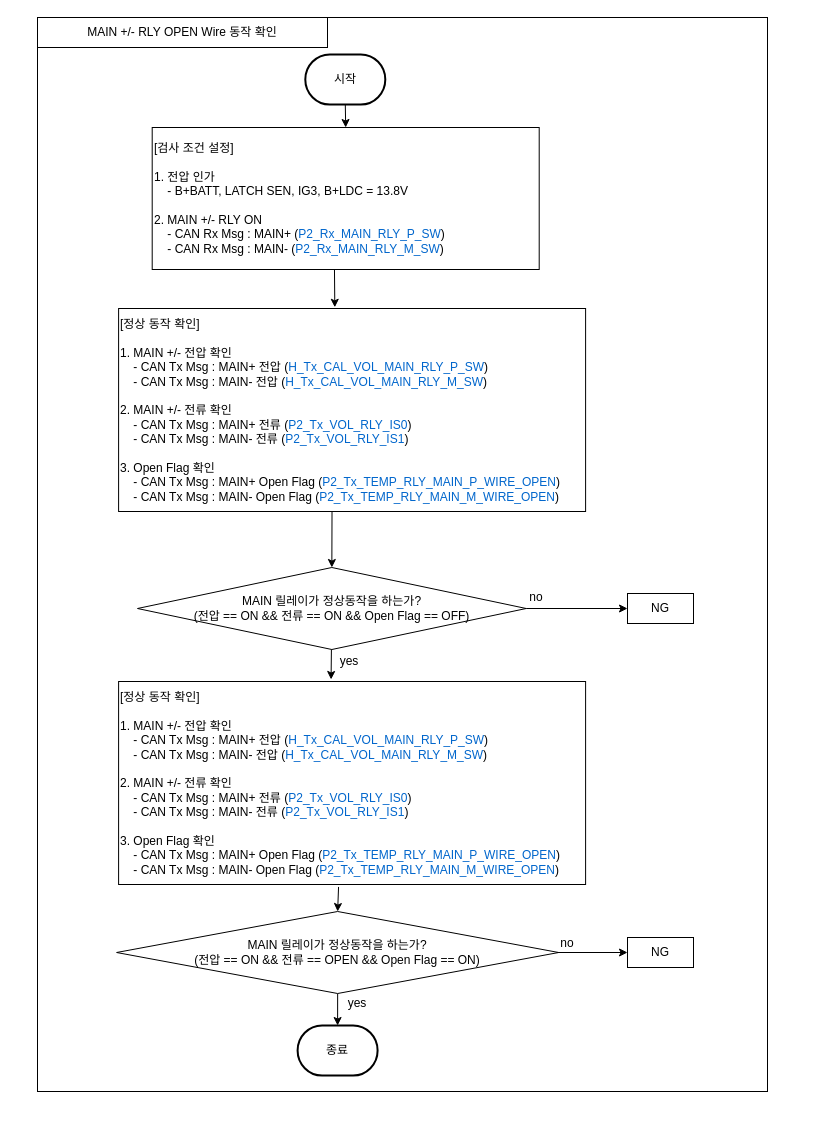
Above: MAIN +/- RLY OPEN Wire 동작 확인.drawio in chaeyoonl/state-transition-diagram-test (draw.io), before the change. Source tidied: cells renumbered, new cells numbered last; positions are measured from the earlier drawing's top-left corner, leaving out a move shared by most shapes. Both pictures are drawn from the tidied source at 100%, with x=0, y=0 at pixel (37, 17).
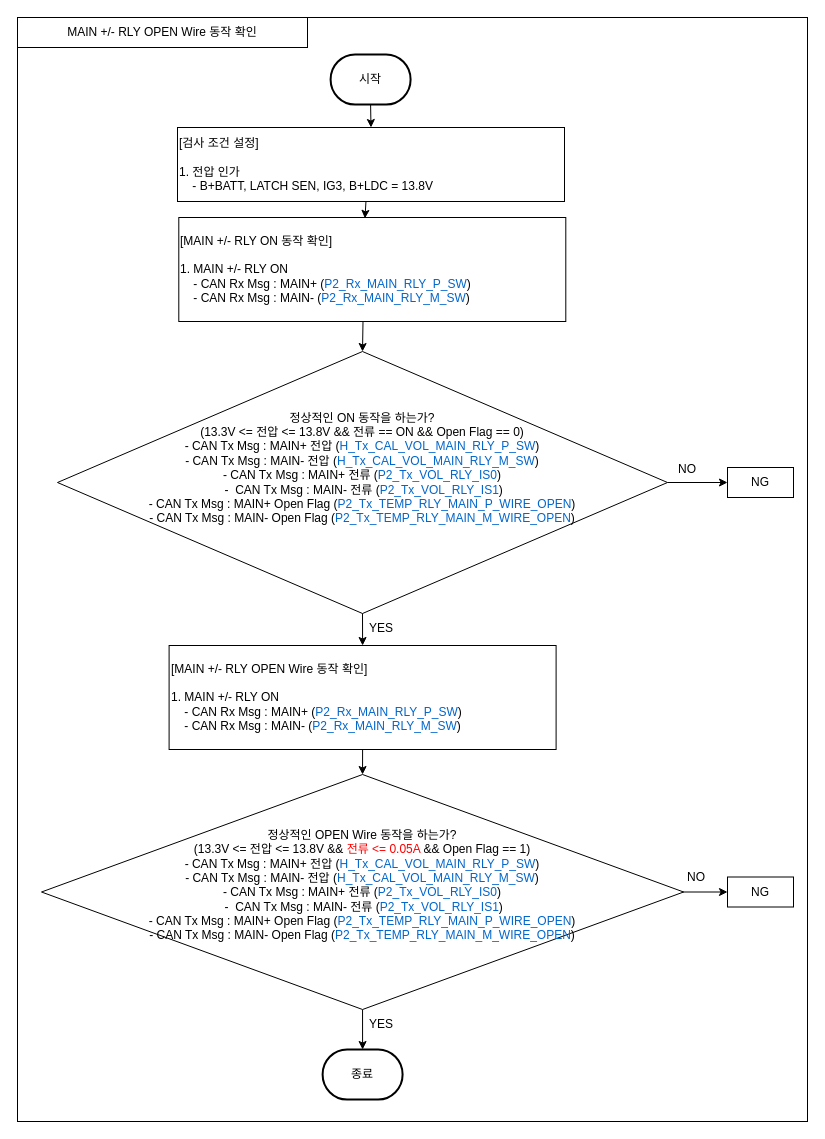
The same diagram, later.

Commit message:
- RLY OPEN Wire 동작 확인.drawio 업데이트

The edit, as a diff of the source:
```diff
@@
     <mxCell id="2" style="rounded=0;whiteSpace=wrap;html=1;" parent="1" vertex="1">
-      <mxGeometry width="730" height="1074" as="geometry" />
+      <mxGeometry x="-20" width="790" height="1104" as="geometry" />
     </mxCell>
     <mxCell id="3" value="시작" style="strokeWidth=2;html=1;shape=mxgraph.flowchart.terminator;whiteSpace=wrap;" parent="1" vertex="1">
-      <mxGeometry x="267.8" y="37" width="80" height="50" as="geometry" />
+      <mxGeometry x="293.1" y="37" width="80" height="50" as="geometry" />
     </mxCell>
@@
     <mxCell id="5" value="&lt;div&gt;MAIN +/- RLY&amp;nbsp;&lt;span style=&quot;background-color: initial;&quot;&gt;OPEN Wire 동작 확인&lt;/span&gt;&lt;/div&gt;" style="rounded=0;whiteSpace=wrap;html=1;" parent="1" vertex="1">
-      <mxGeometry width="290" height="30" as="geometry" />
+      <mxGeometry x="-20" width="290" height="30" as="geometry" />
     </mxCell>
     <mxCell id="6" value="종료" style="strokeWidth=2;html=1;shape=mxgraph.flowchart.terminator;whiteSpace=wrap;" parent="1" vertex="1">
-      <mxGeometry x="260.1" y="1008" width="80" height="50" as="geometry" />
+      <mxGeometry x="285.1" y="1032" width="80" height="50" as="geometry" />
     </mxCell>
-    <mxCell id="7" value="[검사 조건 설정]&lt;br&gt;&lt;br&gt;1. 전압 인가&lt;br&gt;&amp;nbsp; &amp;nbsp; - B+BATT, LATCH SEN, IG3, B+LDC = 13.8V&lt;br&gt;&lt;br&gt;2. MAIN +/- RLY ON&lt;br style=&quot;border-color: var(--border-color);&quot;&gt;&amp;nbsp; &amp;nbsp; - CAN Rx Msg :&amp;nbsp;MAIN+&amp;nbsp;(&lt;font style=&quot;border-color: var(--border-color);&quot; color=&quot;#0066cc&quot;&gt;P2_Rx_MAIN_RLY_P_SW&lt;/font&gt;)&lt;br style=&quot;border-color: var(--border-color);&quot;&gt;&amp;nbsp; &amp;nbsp; - CAN Rx Msg :&amp;nbsp;MAIN-&amp;nbsp;(&lt;font style=&quot;border-color: var(--border-color);&quot; color=&quot;#0066cc&quot;&gt;P2_Rx_MAIN_RLY_M_SW&lt;/font&gt;)" style="rounded=0;whiteSpace=wrap;html=1;align=left;" parent="1" vertex="1">
-      <mxGeometry x="114.7" y="110" width="387" height="142" as="geometry" />
+    <mxCell id="7" value="[검사 조건 설정]&lt;br&gt;&lt;br&gt;1. 전압 인가&lt;br&gt;&amp;nbsp; &amp;nbsp; - B+BATT, LATCH SEN, IG3, B+LDC = 13.8V" style="rounded=0;whiteSpace=wrap;html=1;align=left;" parent="1" vertex="1">
+      <mxGeometry x="140" y="110" width="387" height="74" as="geometry" />
     </mxCell>
@@
-    <mxCell id="9" value="yes" style="text;html=1;strokeColor=none;fillColor=none;align=center;verticalAlign=middle;whiteSpace=wrap;rounded=0;" parent="1" vertex="1">
-      <mxGeometry x="290" y="971" width="60" height="30" as="geometry" />
+    <mxCell id="9" value="YES" style="text;html=1;strokeColor=none;fillColor=none;align=center;verticalAlign=middle;whiteSpace=wrap;rounded=0;" parent="1" vertex="1">
+      <mxGeometry x="314" y="992" width="60" height="30" as="geometry" />
     </mxCell>
-    <mxCell id="10" style="endArrow=classic;html=1;rounded=0;exitX=0.457;exitY=1;exitDx=0;exitDy=0;entryX=0.5;entryY=0;entryDx=0;entryDy=0;exitPerimeter=0;" parent="1" edge="1" source="20" target="11">
-      <mxGeometry relative="1" as="geometry" />
-    </mxCell>
-    <mxCell id="11" value="MAIN 릴레이가 정상동작을 하는가?&lt;br&gt;(전압 == ON &amp;amp;&amp;amp;&amp;nbsp;전류 == ON &amp;amp;&amp;amp;&amp;nbsp;Open Flag == OFF)" style="rhombus;whiteSpace=wrap;html=1;" parent="1" vertex="1">
-      <mxGeometry x="100" y="550" width="388.7" height="82" as="geometry" />
+    <mxCell id="11" value="정상적인 ON 동작을 하는가?&lt;br&gt;(13.3V &amp;lt;= 전압 &amp;lt;= 13.8V &amp;amp;&amp;amp;&amp;nbsp;전류 == ON &amp;amp;&amp;amp;&amp;nbsp;Open Flag == 0)&lt;br style=&quot;border-color: var(--border-color); text-align: left;&quot;&gt;&lt;span style=&quot;text-align: left;&quot;&gt;- CAN Tx Msg : MAIN+ 전압&amp;nbsp;(&lt;/span&gt;&lt;font style=&quot;border-color: var(--border-color); text-align: left;&quot; color=&quot;#0066cc&quot;&gt;H_Tx_CAL_VOL_MAIN_RLY_P_SW&lt;/font&gt;&lt;span style=&quot;text-align: left;&quot;&gt;)&lt;br&gt;&lt;/span&gt;&lt;span style=&quot;text-align: left;&quot;&gt;- CAN Tx Msg :&amp;nbsp;MAIN- 전압&amp;nbsp;(&lt;/span&gt;&lt;font style=&quot;border-color: var(--border-color); text-align: left;&quot; color=&quot;#0066cc&quot;&gt;H_Tx_CAL_VOL_MAIN_RLY_M_SW&lt;/font&gt;&lt;span style=&quot;text-align: left;&quot;&gt;)&lt;/span&gt;&lt;br style=&quot;border-color: var(--border-color); text-align: left;&quot;&gt;&lt;span style=&quot;text-align: left;&quot;&gt;- CAN Tx Msg :&amp;nbsp;MAIN+ 전류&amp;nbsp;(&lt;/span&gt;&lt;font style=&quot;border-color: var(--border-color); text-align: left;&quot; color=&quot;#0066cc&quot;&gt;P2_Tx_VOL_RLY_IS0&lt;/font&gt;&lt;span style=&quot;text-align: left;&quot;&gt;)&lt;/span&gt;&lt;br style=&quot;border-color: var(--border-color); text-align: left;&quot;&gt;&lt;span style=&quot;text-align: left;&quot;&gt;&amp;nbsp;-&amp;nbsp; CAN Tx Msg :&amp;nbsp;MAIN- 전류&amp;nbsp;(&lt;/span&gt;&lt;font style=&quot;border-color: var(--border-color); text-align: left;&quot; color=&quot;#0066cc&quot;&gt;P2_Tx_VOL_RLY_IS1&lt;/font&gt;&lt;span style=&quot;text-align: left;&quot;&gt;)&lt;/span&gt;&lt;br style=&quot;border-color: var(--border-color); text-align: left;&quot;&gt;&lt;span style=&quot;text-align: left;&quot;&gt;- CAN Tx Msg :&amp;nbsp;MAIN+ Open Flag&amp;nbsp;(&lt;/span&gt;&lt;font style=&quot;border-color: var(--border-color); text-align: left;&quot; color=&quot;#0066cc&quot;&gt;P2_Tx_TEMP_RLY_MAIN_P_WIRE_OPEN&lt;/font&gt;&lt;span style=&quot;text-align: left;&quot;&gt;)&lt;/span&gt;&lt;br style=&quot;border-color: var(--border-color); text-align: left;&quot;&gt;&lt;span style=&quot;text-align: left;&quot;&gt;- CAN Tx Msg :&amp;nbsp;MAIN- Open Flag&amp;nbsp;(&lt;/span&gt;&lt;font style=&quot;border-color: var(--border-color); text-align: left;&quot; color=&quot;#0066cc&quot;&gt;P2_Tx_TEMP_RLY_MAIN_M_WIRE_OPEN&lt;/font&gt;&lt;span style=&quot;text-align: left;&quot;&gt;)&lt;br&gt;&lt;br&gt;&lt;br&gt;&lt;/span&gt;" style="rhombus;whiteSpace=wrap;html=1;" parent="1" vertex="1">
+      <mxGeometry x="20" y="334" width="610" height="262" as="geometry" />
     </mxCell>
-    <mxCell id="12" style="endArrow=classic;html=1;rounded=0;entryX=0.455;entryY=-0.01;entryDx=0;entryDy=0;entryPerimeter=0;" parent="1" edge="1" source="11" target="24">
+    <mxCell id="12" style="endArrow=classic;html=1;rounded=0;entryX=0.5;entryY=0;entryDx=0;entryDy=0;exitX=0.5;exitY=1;exitDx=0;exitDy=0;" parent="1" edge="1" source="28" target="22">
       <mxGeometry relative="1" as="geometry" />
     </mxCell>
-    <mxCell id="13" value="yes" style="text;html=1;strokeColor=none;fillColor=none;align=center;verticalAlign=middle;whiteSpace=wrap;rounded=0;" parent="1" vertex="1">
-      <mxGeometry x="282.1" y="629" width="60" height="30" as="geometry" />
+    <mxCell id="13" value="YES" style="text;html=1;strokeColor=none;fillColor=none;align=center;verticalAlign=middle;whiteSpace=wrap;rounded=0;" parent="1" vertex="1">
+      <mxGeometry x="314" y="596" width="60" height="30" as="geometry" />
     </mxCell>
     <mxCell id="14" value="NG" style="rounded=0;whiteSpace=wrap;html=1;align=center;" parent="1" vertex="1">
-      <mxGeometry x="590" y="576" width="66" height="30" as="geometry" />
+      <mxGeometry x="690" y="450" width="66" height="30" as="geometry" />
     </mxCell>
@@
-    <mxCell id="16" value="no" style="text;html=1;strokeColor=none;fillColor=none;align=center;verticalAlign=middle;whiteSpace=wrap;rounded=0;" parent="1" vertex="1">
-      <mxGeometry x="469" y="565" width="60" height="30" as="geometry" />
+    <mxCell id="16" value="NO" style="text;html=1;strokeColor=none;fillColor=none;align=center;verticalAlign=middle;whiteSpace=wrap;rounded=0;" parent="1" vertex="1">
+      <mxGeometry x="620" y="437" width="60" height="30" as="geometry" />
     </mxCell>
     <mxCell id="17" value="NG" style="rounded=0;whiteSpace=wrap;html=1;align=center;" parent="1" vertex="1">
-      <mxGeometry x="590" y="920" width="66" height="30" as="geometry" />
+      <mxGeometry x="690" y="859.5" width="66" height="30" as="geometry" />
     </mxCell>
@@
-    <mxCell id="19" value="no" style="text;html=1;strokeColor=none;fillColor=none;align=center;verticalAlign=middle;whiteSpace=wrap;rounded=0;" parent="1" vertex="1">
-      <mxGeometry x="500" y="911" width="60" height="30" as="geometry" />
+    <mxCell id="19" value="NO" style="text;html=1;strokeColor=none;fillColor=none;align=center;verticalAlign=middle;whiteSpace=wrap;rounded=0;" parent="1" vertex="1">
+      <mxGeometry x="629" y="845" width="60" height="30" as="geometry" />
     </mxCell>
-    <mxCell id="20" value="[정상 동작 확인]&lt;br&gt;&lt;br&gt;1. MAIN +/- 전압 확인&lt;br&gt;&amp;nbsp; &amp;nbsp; - CAN Tx Msg : MAIN+ 전압&amp;nbsp;(&lt;font style=&quot;border-color: var(--border-color);&quot; color=&quot;#0066cc&quot;&gt;H_Tx_CAL_VOL_MAIN_RLY_P_SW&lt;/font&gt;)&lt;br style=&quot;border-color: var(--border-color);&quot;&gt;&amp;nbsp; &amp;nbsp; - CAN Tx Msg :&amp;nbsp;MAIN- 전압&amp;nbsp;(&lt;font style=&quot;border-color: var(--border-color);&quot; color=&quot;#0066cc&quot;&gt;H_Tx_CAL_VOL_MAIN_RLY_M_SW&lt;/font&gt;)&lt;br style=&quot;border-color: var(--border-color);&quot;&gt;&lt;br&gt;2. MAIN +/-&amp;nbsp;전류 확인 &lt;br&gt;&amp;nbsp; &amp;nbsp; - CAN Tx Msg :&amp;nbsp;MAIN+ 전류&amp;nbsp;(&lt;font style=&quot;border-color: var(--border-color);&quot; color=&quot;#0066cc&quot;&gt;P2_Tx_VOL_RLY_IS0&lt;/font&gt;)&lt;br style=&quot;border-color: var(--border-color);&quot;&gt;&amp;nbsp; &amp;nbsp; - CAN Tx Msg :&amp;nbsp;MAIN- 전류&amp;nbsp;(&lt;font style=&quot;border-color: var(--border-color);&quot; color=&quot;#0066cc&quot;&gt;P2_Tx_VOL_RLY_IS1&lt;/font&gt;)&lt;br style=&quot;border-color: var(--border-color);&quot;&gt;&lt;br&gt;3. Open Flag 확인&lt;br&gt;&amp;nbsp; &amp;nbsp; - CAN Tx Msg :&amp;nbsp;MAIN+ Open Flag&amp;nbsp;(&lt;font style=&quot;border-color: var(--border-color);&quot; color=&quot;#0066cc&quot;&gt;P2_Tx_TEMP_RLY_MAIN_P_WIRE_OPEN&lt;/font&gt;)&lt;br style=&quot;border-color: var(--border-color);&quot;&gt;&amp;nbsp; &amp;nbsp; - CAN Tx Msg :&amp;nbsp;MAIN- Open Flag&amp;nbsp;(&lt;font style=&quot;border-color: var(--border-color);&quot; color=&quot;#0066cc&quot;&gt;P2_Tx_TEMP_RLY_MAIN_M_WIRE_OPEN&lt;/font&gt;)" style="rounded=0;whiteSpace=wrap;html=1;align=left;" parent="1" vertex="1">
-      <mxGeometry x="81.1" y="291" width="467" height="203" as="geometry" />
-    </mxCell>
-    <mxCell id="21" style="endArrow=classic;html=1;rounded=0;exitX=0.471;exitY=1.002;exitDx=0;exitDy=0;exitPerimeter=0;entryX=0.463;entryY=-0.006;entryDx=0;entryDy=0;entryPerimeter=0;" parent="1" edge="1" source="7" target="20">
+    <mxCell id="21" style="endArrow=classic;html=1;rounded=0;exitX=0.476;exitY=0.999;exitDx=0;exitDy=0;exitPerimeter=0;entryX=0.5;entryY=0;entryDx=0;entryDy=0;" parent="1" edge="1" source="26" target="11">
       <mxGeometry relative="1" as="geometry" />
     </mxCell>
-    <mxCell id="22" value="MAIN 릴레이가 정상동작을 하는가?&lt;br style=&quot;border-color: var(--border-color);&quot;&gt;(전압 == ON &amp;amp;&amp;amp;&amp;nbsp;전류 == OPEN &amp;amp;&amp;amp;&amp;nbsp;Open Flag == ON)" style="rhombus;whiteSpace=wrap;html=1;" parent="1" vertex="1">
-      <mxGeometry x="79.1" y="894" width="442.1" height="82" as="geometry" />
+    <mxCell id="22" value="정상적인 OPEN Wire 동작을 하는가?&lt;br style=&quot;border-color: var(--border-color);&quot;&gt;(13.3V &amp;lt;= 전압 &amp;lt;= 13.8V&amp;nbsp;&amp;amp;&amp;amp; &lt;font color=&quot;#ff0000&quot;&gt;전류 &amp;lt;= 0.05A &lt;/font&gt;&amp;amp;&amp;amp;&amp;nbsp;Open Flag == 1)&lt;br&gt;- CAN Tx Msg : MAIN+ 전압&amp;nbsp;(&lt;font style=&quot;border-color: var(--border-color); text-align: left;&quot; color=&quot;#0066cc&quot;&gt;H_Tx_CAL_VOL_MAIN_RLY_P_SW&lt;/font&gt;&lt;span style=&quot;border-color: var(--border-color); text-align: left;&quot;&gt;)&lt;br style=&quot;border-color: var(--border-color);&quot;&gt;&lt;/span&gt;&lt;span style=&quot;border-color: var(--border-color); text-align: left;&quot;&gt;- CAN Tx Msg :&amp;nbsp;MAIN- 전압&amp;nbsp;(&lt;/span&gt;&lt;font style=&quot;border-color: var(--border-color); text-align: left;&quot; color=&quot;#0066cc&quot;&gt;H_Tx_CAL_VOL_MAIN_RLY_M_SW&lt;/font&gt;&lt;span style=&quot;border-color: var(--border-color); text-align: left;&quot;&gt;)&lt;/span&gt;&lt;br style=&quot;border-color: var(--border-color); text-align: left;&quot;&gt;&lt;span style=&quot;border-color: var(--border-color); text-align: left;&quot;&gt;- CAN Tx Msg :&amp;nbsp;MAIN+ 전류&amp;nbsp;(&lt;/span&gt;&lt;font style=&quot;border-color: var(--border-color); text-align: left;&quot; color=&quot;#0066cc&quot;&gt;P2_Tx_VOL_RLY_IS0&lt;/font&gt;&lt;span style=&quot;border-color: var(--border-color); text-align: left;&quot;&gt;)&lt;/span&gt;&lt;br style=&quot;border-color: var(--border-color); text-align: left;&quot;&gt;&lt;span style=&quot;border-color: var(--border-color); text-align: left;&quot;&gt;&amp;nbsp;-&amp;nbsp; CAN Tx Msg :&amp;nbsp;MAIN- 전류&amp;nbsp;(&lt;/span&gt;&lt;font style=&quot;border-color: var(--border-color); text-align: left;&quot; color=&quot;#0066cc&quot;&gt;P2_Tx_VOL_RLY_IS1&lt;/font&gt;&lt;span style=&quot;border-color: var(--border-color); text-align: left;&quot;&gt;)&lt;/span&gt;&lt;br style=&quot;border-color: var(--border-color); text-align: left;&quot;&gt;&lt;span style=&quot;border-color: var(--border-color); text-align: left;&quot;&gt;- CAN Tx Msg :&amp;nbsp;MAIN+ Open Flag&amp;nbsp;(&lt;/span&gt;&lt;font style=&quot;border-color: var(--border-color); text-align: left;&quot; color=&quot;#0066cc&quot;&gt;P2_Tx_TEMP_RLY_MAIN_P_WIRE_OPEN&lt;/font&gt;&lt;span style=&quot;border-color: var(--border-color); text-align: left;&quot;&gt;)&lt;/span&gt;&lt;br style=&quot;border-color: var(--border-color); text-align: left;&quot;&gt;&lt;span style=&quot;border-color: var(--border-color); text-align: left;&quot;&gt;- CAN Tx Msg :&amp;nbsp;MAIN- Open Flag&amp;nbsp;(&lt;/span&gt;&lt;font style=&quot;border-color: var(--border-color); text-align: left;&quot; color=&quot;#0066cc&quot;&gt;P2_Tx_TEMP_RLY_MAIN_M_WIRE_OPEN&lt;/font&gt;&lt;span style=&quot;border-color: var(--border-color); text-align: left;&quot;&gt;)&lt;br style=&quot;border-color: var(--border-color);&quot;&gt;&lt;br style=&quot;border-color: var(--border-color);&quot;&gt;&lt;/span&gt;" style="rhombus;whiteSpace=wrap;html=1;" parent="1" vertex="1">
+      <mxGeometry x="4" y="757" width="642.1" height="235" as="geometry" />
     </mxCell>
-    <mxCell id="23" style="endArrow=classic;html=1;rounded=0;exitX=0.471;exitY=1.012;exitDx=0;exitDy=0;exitPerimeter=0;entryX=0.5;entryY=0;entryDx=0;entryDy=0;" parent="1" edge="1" source="24" target="22">
-      <mxGeometry relative="1" as="geometry" />
-    </mxCell>
-    <mxCell id="24" value="[정상 동작 확인]&lt;br&gt;&lt;br&gt;1. MAIN +/- 전압 확인&lt;br&gt;&amp;nbsp; &amp;nbsp; - CAN Tx Msg : MAIN+ 전압&amp;nbsp;(&lt;font style=&quot;border-color: var(--border-color);&quot; color=&quot;#0066cc&quot;&gt;H_Tx_CAL_VOL_MAIN_RLY_P_SW&lt;/font&gt;)&lt;br style=&quot;border-color: var(--border-color);&quot;&gt;&amp;nbsp; &amp;nbsp; - CAN Tx Msg :&amp;nbsp;MAIN- 전압&amp;nbsp;(&lt;font style=&quot;border-color: var(--border-color);&quot; color=&quot;#0066cc&quot;&gt;H_Tx_CAL_VOL_MAIN_RLY_M_SW&lt;/font&gt;)&lt;br style=&quot;border-color: var(--border-color);&quot;&gt;&lt;br&gt;2. MAIN +/-&amp;nbsp;전류 확인 &lt;br&gt;&amp;nbsp; &amp;nbsp; - CAN Tx Msg :&amp;nbsp;MAIN+ 전류&amp;nbsp;(&lt;font style=&quot;border-color: var(--border-color);&quot; color=&quot;#0066cc&quot;&gt;P2_Tx_VOL_RLY_IS0&lt;/font&gt;)&lt;br style=&quot;border-color: var(--border-color);&quot;&gt;&amp;nbsp; &amp;nbsp; - CAN Tx Msg :&amp;nbsp;MAIN- 전류&amp;nbsp;(&lt;font style=&quot;border-color: var(--border-color);&quot; color=&quot;#0066cc&quot;&gt;P2_Tx_VOL_RLY_IS1&lt;/font&gt;)&lt;br style=&quot;border-color: var(--border-color);&quot;&gt;&lt;br&gt;3. Open Flag 확인&lt;br&gt;&amp;nbsp; &amp;nbsp; - CAN Tx Msg :&amp;nbsp;MAIN+ Open Flag&amp;nbsp;(&lt;font style=&quot;border-color: var(--border-color);&quot; color=&quot;#0066cc&quot;&gt;P2_Tx_TEMP_RLY_MAIN_P_WIRE_OPEN&lt;/font&gt;)&lt;br style=&quot;border-color: var(--border-color);&quot;&gt;&amp;nbsp; &amp;nbsp; - CAN Tx Msg :&amp;nbsp;MAIN- Open Flag&amp;nbsp;(&lt;font style=&quot;border-color: var(--border-color);&quot; color=&quot;#0066cc&quot;&gt;P2_Tx_TEMP_RLY_MAIN_M_WIRE_OPEN&lt;/font&gt;)" style="rounded=0;whiteSpace=wrap;html=1;align=left;" parent="1" vertex="1">
-      <mxGeometry x="81.1" y="664" width="467" height="203" as="geometry" />
-    </mxCell>
+    <mxCell id="25" style="endArrow=classic;html=1;rounded=0;exitX=0.487;exitY=0.996;exitDx=0;exitDy=0;exitPerimeter=0;entryX=0.481;entryY=0.008;entryDx=0;entryDy=0;entryPerimeter=0;" parent="1" edge="1" source="7" target="26">
+      <mxGeometry relative="1" as="geometry" />
+    </mxCell>
+    <mxCell id="26" value="[MAIN +/- RLY ON&lt;span style=&quot;border-color: var(--border-color); text-align: center; background-color: initial;&quot;&gt;&amp;nbsp;동작 확인&lt;/span&gt;]&lt;br&gt;&lt;br&gt;1. MAIN +/- RLY ON&lt;br style=&quot;border-color: var(--border-color);&quot;&gt;&amp;nbsp; &amp;nbsp; - CAN Rx Msg :&amp;nbsp;MAIN+&amp;nbsp;(&lt;font style=&quot;border-color: var(--border-color);&quot; color=&quot;#0066cc&quot;&gt;P2_Rx_MAIN_RLY_P_SW&lt;/font&gt;)&lt;br style=&quot;border-color: var(--border-color);&quot;&gt;&amp;nbsp; &amp;nbsp; - CAN Rx Msg :&amp;nbsp;MAIN-&amp;nbsp;(&lt;font style=&quot;border-color: var(--border-color);&quot; color=&quot;#0066cc&quot;&gt;P2_Rx_MAIN_RLY_M_SW&lt;/font&gt;)" style="rounded=0;whiteSpace=wrap;html=1;align=left;" parent="1" vertex="1">
+      <mxGeometry x="141.3" y="200" width="387" height="104" as="geometry" />
+    </mxCell>
+    <mxCell id="27" style="endArrow=classic;html=1;rounded=0;entryX=0.5;entryY=0;entryDx=0;entryDy=0;exitX=0.5;exitY=1;exitDx=0;exitDy=0;" parent="1" edge="1" source="11" target="28">
+      <mxGeometry relative="1" as="geometry" />
+    </mxCell>
+    <mxCell id="28" value="[MAIN +/- RLY&amp;nbsp;&lt;span style=&quot;border-color: var(--border-color); text-align: center; background-color: initial;&quot;&gt;OPEN Wire 동작 확인&lt;/span&gt;]&lt;br&gt;&lt;br&gt;1. MAIN +/- RLY ON&lt;br style=&quot;border-color: var(--border-color);&quot;&gt;&amp;nbsp; &amp;nbsp; - CAN Rx Msg :&amp;nbsp;MAIN+&amp;nbsp;(&lt;font style=&quot;border-color: var(--border-color);&quot; color=&quot;#0066cc&quot;&gt;P2_Rx_MAIN_RLY_P_SW&lt;/font&gt;)&lt;br style=&quot;border-color: var(--border-color);&quot;&gt;&amp;nbsp; &amp;nbsp; - CAN Rx Msg :&amp;nbsp;MAIN-&amp;nbsp;(&lt;font style=&quot;border-color: var(--border-color);&quot; color=&quot;#0066cc&quot;&gt;P2_Rx_MAIN_RLY_M_SW&lt;/font&gt;)" style="rounded=0;whiteSpace=wrap;html=1;align=left;" parent="1" vertex="1">
+      <mxGeometry x="131.6" y="628" width="387" height="104" as="geometry" />
+    </mxCell>
```
